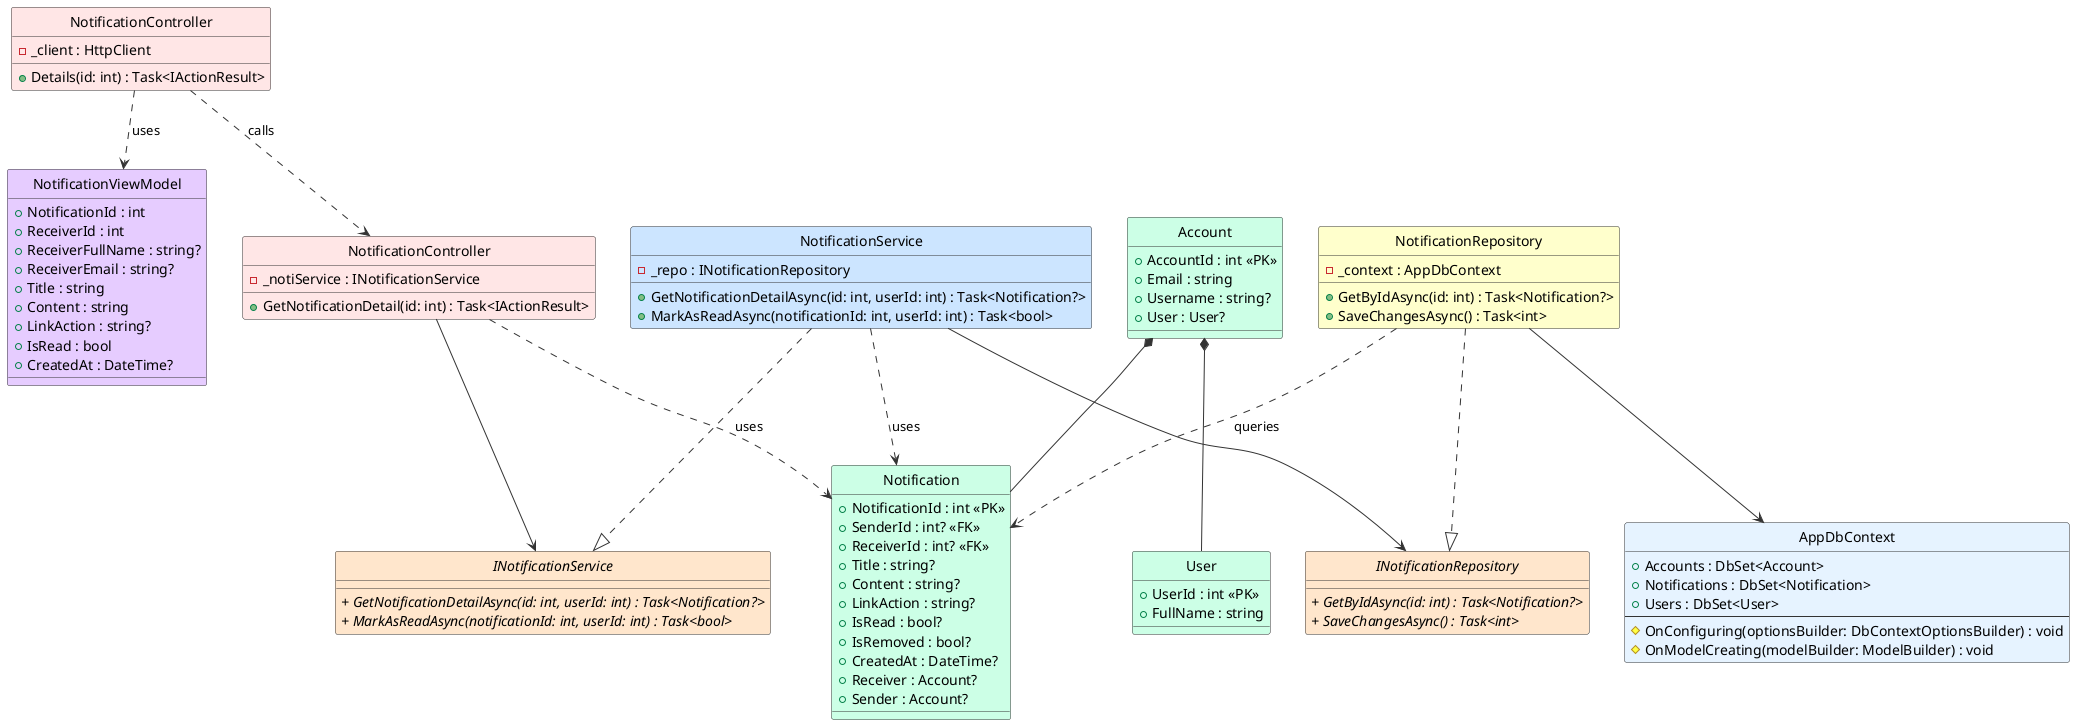
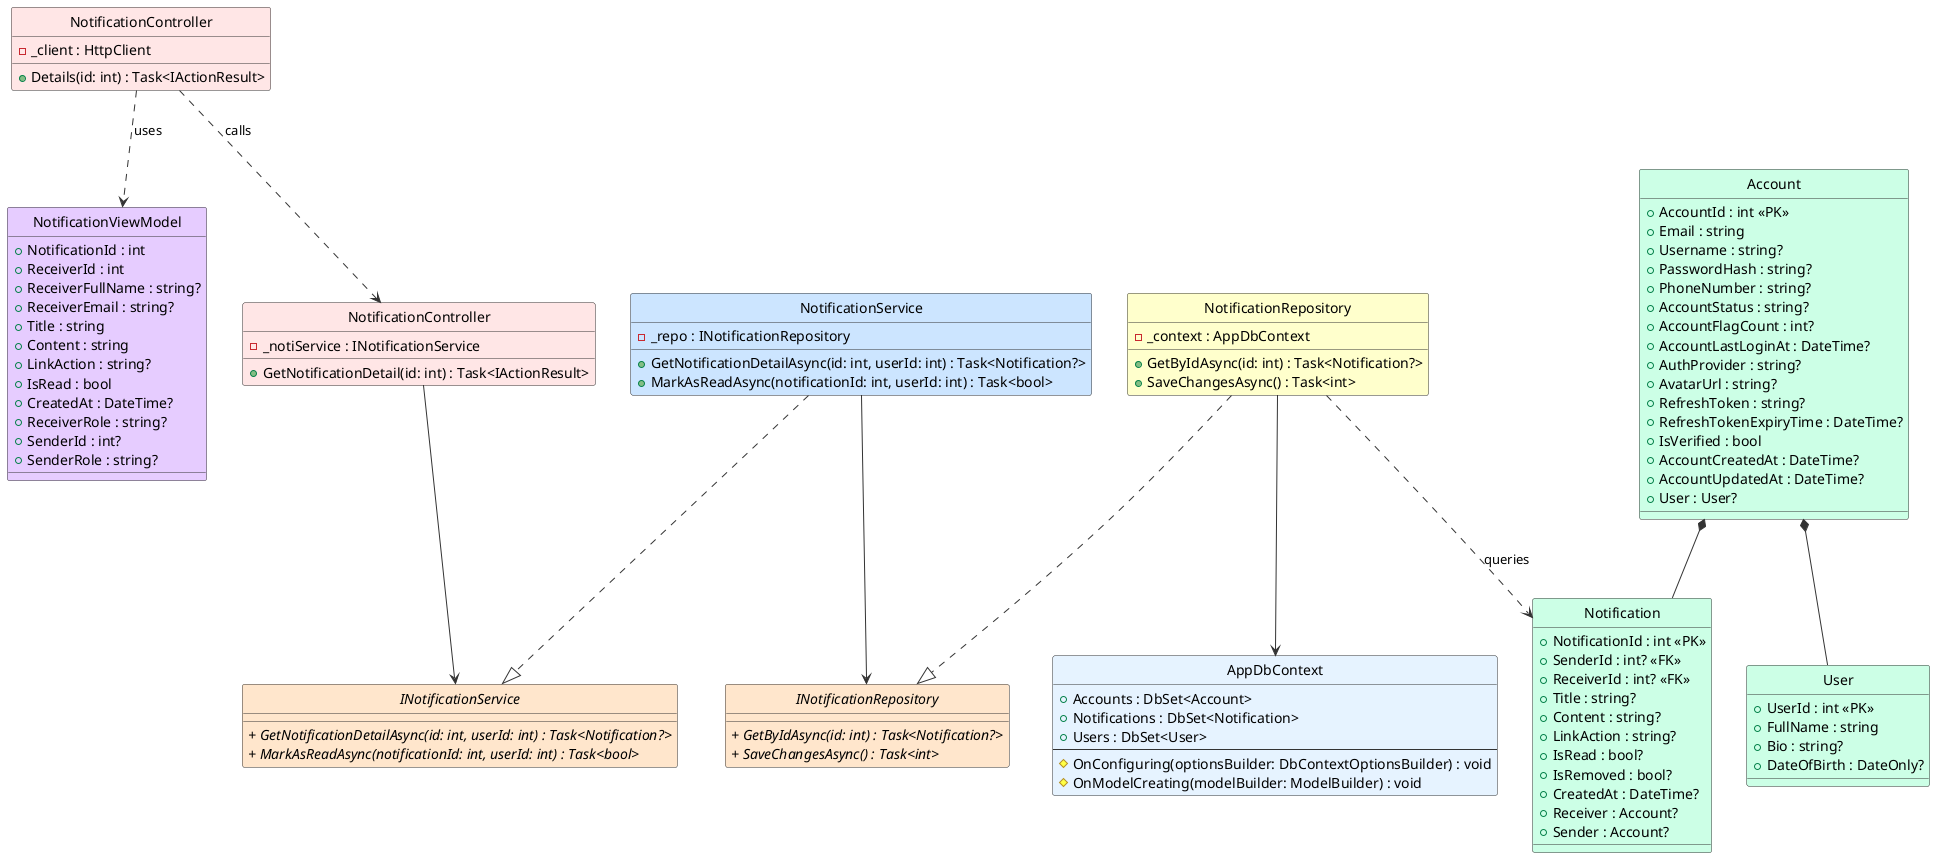
@startuml ViewNotificationDetail_ClassDiagram

' Styling & Settings
skinparam style strictuml
skinparam shadowing false
skinparam class {
    BackgroundColor White
    BorderColor #1A73E8
    ArrowColor #5F6368
}

!define ABSTRACT_COLOR #FFE6CC
!define SERVICE_COLOR #CCE5FF
!define DTO_COLOR #E6CCFF
!define ENTITY_COLOR #CCFFE6
!define REPOSITORY_COLOR #FFFFCC
!define CONTROLLER_COLOR #FFE6E6
+ !define DbContext #E6F3FF

skinparam backgroundColor #FFFFFF
skinparam classBackgroundColor #F9F9F9
skinparam classBorderColor #333333
skinparam arrowColor #333333

' ==================== FRONTEND ====================

class "NotificationController" as FENotificationController #FFE6E6 {
    - _client : HttpClient
- 
    + Details(id: int) : Task<IActionResult>
}

class NotificationViewModel #E6CCFF {
    + NotificationId : int
    + ReceiverId : int
    + ReceiverFullName : string?
    + ReceiverEmail : string?
    + Title : string
    + Content : string
    + LinkAction : string?
    + IsRead : bool
    + CreatedAt : DateTime?
+     + ReceiverRole : string?
+     + SenderId : int?
+     + SenderRole : string?
}

' ==================== BACKEND - CONTROLLER ====================

class "NotificationController" as BENotificationController #FFE6E6 {
    - _notiService : INotificationService
- 
    + GetNotificationDetail(id: int) : Task<IActionResult>
}

' ==================== BACKEND - DOMAIN ENTITIES ====================

class Notification #CCFFE6 {
    + NotificationId : int <<PK>>
    + SenderId : int? <<FK>>
    + ReceiverId : int? <<FK>>
    + Title : string?
    + Content : string?
    + LinkAction : string?
    + IsRead : bool?
    + IsRemoved : bool?
    + CreatedAt : DateTime?
    + Receiver : Account?
    + Sender : Account?
}

class Account #CCFFE6 {
    + AccountId : int <<PK>>
    + Email : string
    + Username : string?
+     + PasswordHash : string?
+     + PhoneNumber : string?
+     + AccountStatus : string?
+     + AccountFlagCount : int?
+     + AccountLastLoginAt : DateTime?
+     + AuthProvider : string?
+     + AvatarUrl : string?
+     + RefreshToken : string?
+     + RefreshTokenExpiryTime : DateTime?
+     + IsVerified : bool
+     + AccountCreatedAt : DateTime?
+     + AccountUpdatedAt : DateTime?
    + User : User?
}

class User #CCFFE6 {
    + UserId : int <<PK>>
    + FullName : string
+     + Bio : string?
+     + DateOfBirth : DateOnly?
}

' ==================== BACKEND - SERVICE INTERFACES ====================

interface INotificationService #FFE6CC {
    //+ GetNotificationDetailAsync(id: int, userId: int) : Task<Notification?>//
    //+ MarkAsReadAsync(notificationId: int, userId: int) : Task<bool>//
}

' ==================== BACKEND - REPOSITORY INTERFACES ====================

interface INotificationRepository #FFE6CC {
    //+ GetByIdAsync(id: int) : Task<Notification?>//
    //+ SaveChangesAsync() : Task<int>//
}

' ==================== BACKEND - SERVICE IMPLEMENTATION ====================

class NotificationService #CCE5FF {
    - _repo : INotificationRepository
- 
    + GetNotificationDetailAsync(id: int, userId: int) : Task<Notification?>
    + MarkAsReadAsync(notificationId: int, userId: int) : Task<bool>
}

' ==================== BACKEND - REPOSITORY IMPLEMENTATION ====================

class NotificationRepository #FFFFCC {
    - _context : AppDbContext
- 
    + GetByIdAsync(id: int) : Task<Notification?>
    + SaveChangesAsync() : Task<int>
}

' ==================== BACKEND - DbContext ====================

class AppDbContext #E6F3FF {
    + Accounts : DbSet<Account>
    + Notifications : DbSet<Notification>
    + Users : DbSet<User>
    ---
    # OnConfiguring(optionsBuilder: DbContextOptionsBuilder) : void
    # OnModelCreating(modelBuilder: ModelBuilder) : void
}

' ==================== RELATIONSHIPS ====================

' === COMPOSITION (filled diamond) ===
Account *-- User
Account *-- Notification

' === UNIDIRECTIONAL ASSOCIATION (solid arrow) ===
BENotificationController --> INotificationService
NotificationService --> INotificationRepository
NotificationRepository --> AppDbContext
+ ' Notification -- Account

' === INTERFACE REALIZATION ===
NotificationService ..|> INotificationService
NotificationRepository ..|> INotificationRepository

' === DEPENDENCY (dashed arrows) ===
FENotificationController ..> BENotificationController : calls
FENotificationController ..> NotificationViewModel : uses
- BENotificationController ..> Notification : uses
- NotificationService ..> Notification : uses
NotificationRepository ..> Notification : queries

@enduml
